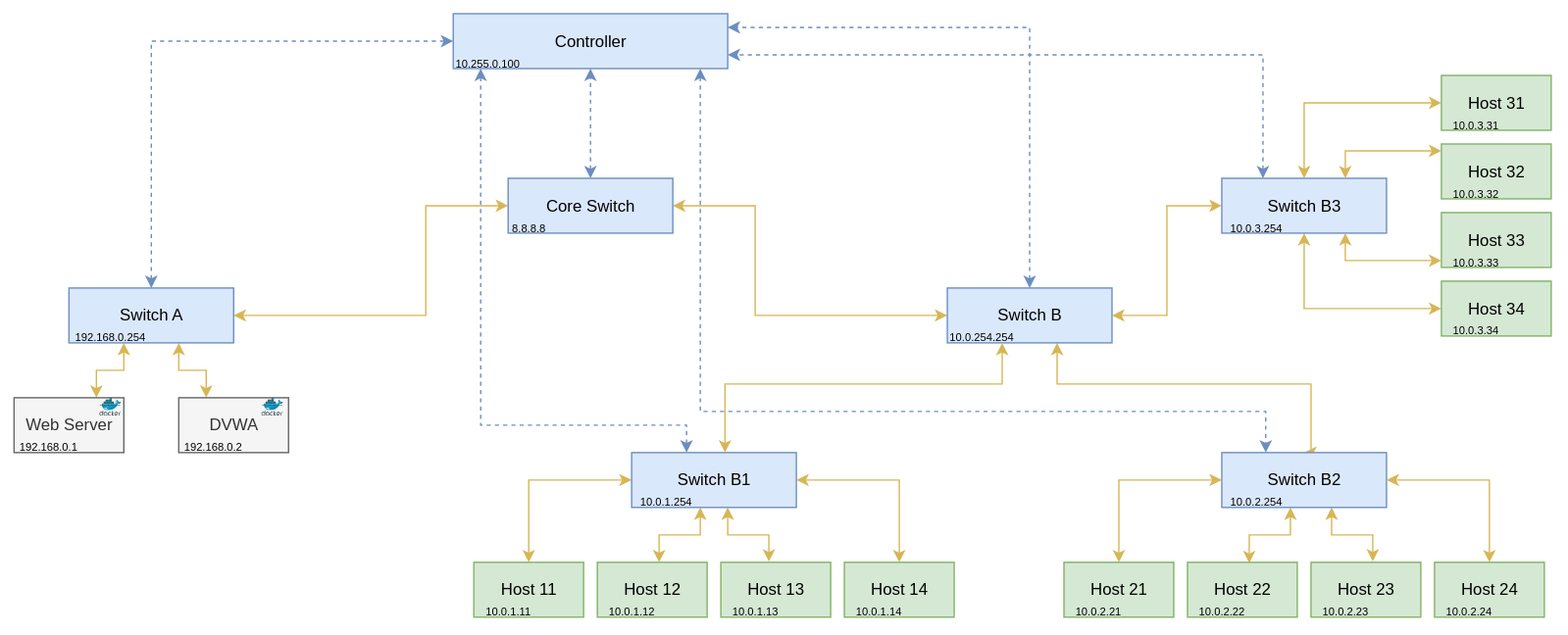
This is assets/topology.drawio.svg from DavideZanolini/sdn-nids-ml, a draw.io export, as it was before one commit. Source tidied: cells renumbered, new cells last; positions are measured from the earlier drawing's top-left corner, leaving out a move shared by most shapes.
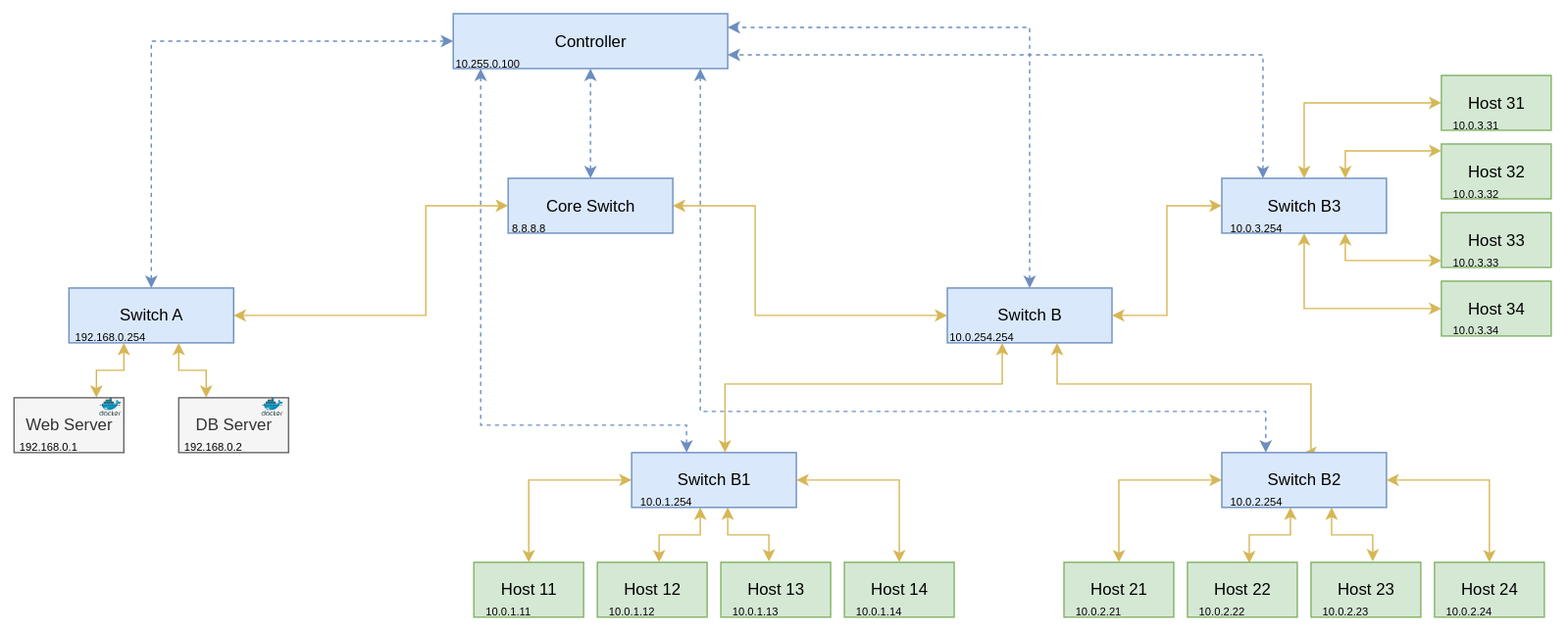
The same diagram one commit later.

Diff of the diagram source:
```diff
@@ -179,7 +179,7 @@
     <mxCell id="35" value="Web Server" style="rounded=0;whiteSpace=wrap;html=1;fillColor=#f5f5f5;strokeColor=#666666;fontColor=#333333;" parent="1" vertex="1">
       <mxGeometry y="280" width="80" height="40" as="geometry" />
     </mxCell>
-    <mxCell id="36" value="DVWA" style="rounded=0;whiteSpace=wrap;html=1;fillColor=#f5f5f5;strokeColor=#666666;fontColor=#333333;" parent="1" vertex="1">
+    <mxCell id="36" value="DB Server" style="rounded=0;whiteSpace=wrap;html=1;fillColor=#f5f5f5;strokeColor=#666666;fontColor=#333333;" parent="1" vertex="1">
       <mxGeometry x="120" y="280" width="80" height="40" as="geometry" />
     </mxCell>
     <mxCell id="37" style="edgeStyle=orthogonalEdgeStyle;rounded=0;jettySize=auto;html=1;entryX=0;entryY=0.5;entryDx=0;entryDy=0;startArrow=classic;startFill=1;fillColor=#fff2cc;strokeColor=#d6b656;" parent="1" edge="1" source="40" target="41">
```
